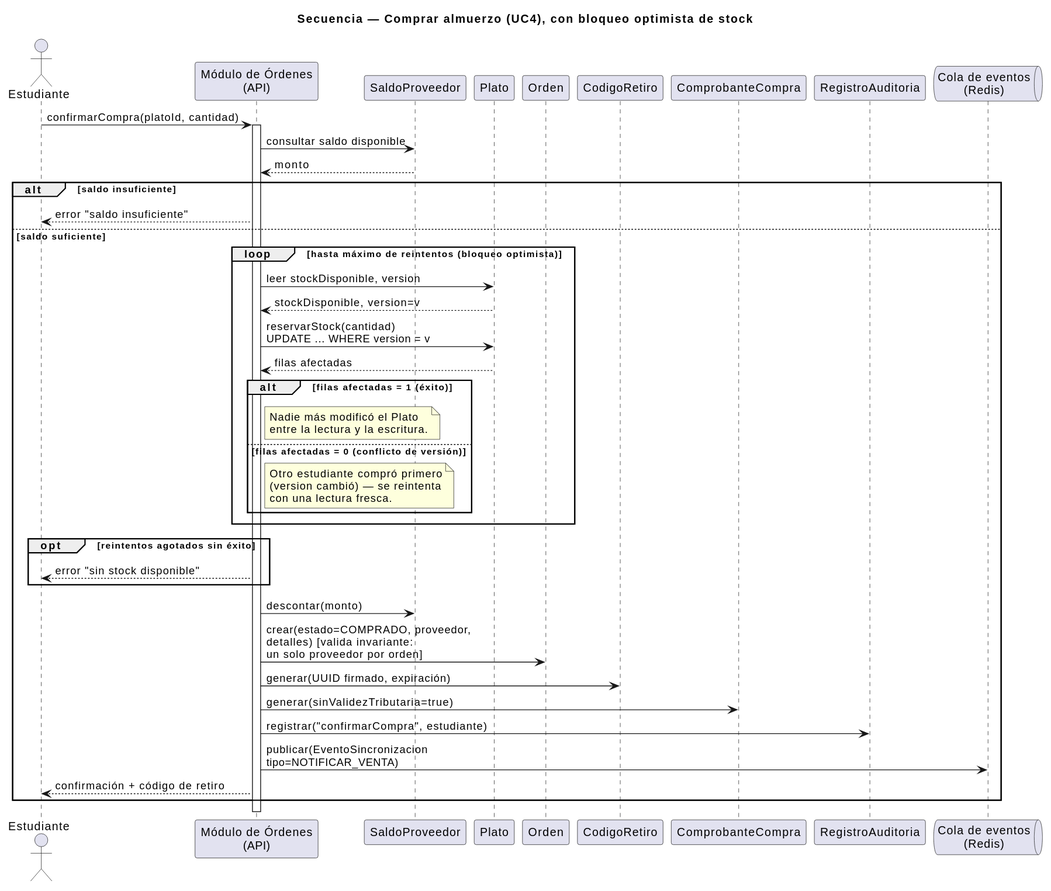
The PlantUML diagram uml/secuencia-compra-almuerzo.svg in Jesus-JB/aliflow, before a commit.
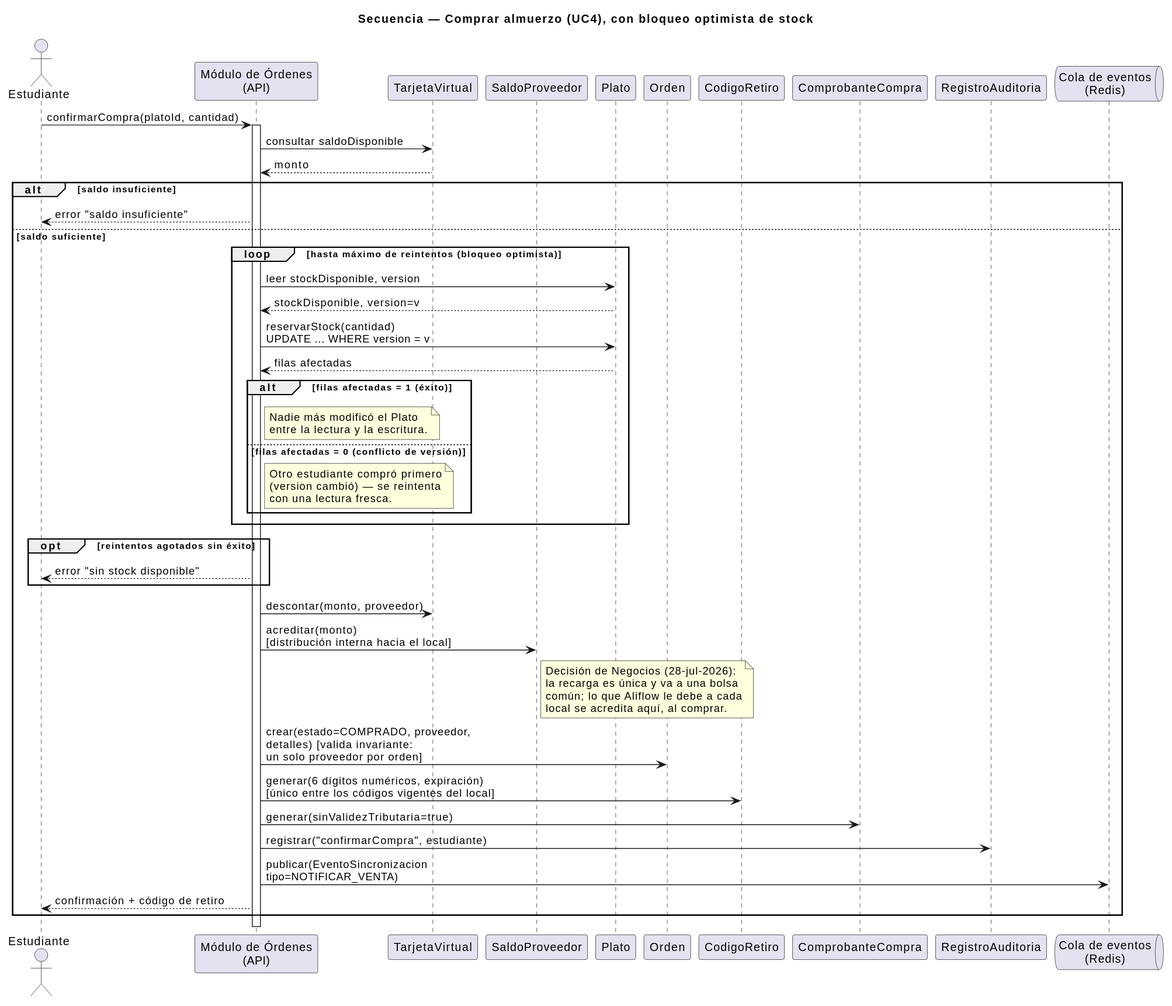
After the commit.

Change to the diagram source:
```diff
@@ -3,6 +3,7 @@
 
 actor Estudiante
 participant "Módulo de Órdenes\n(API)" as API
+participant "TarjetaVirtual" as Tarjeta
 participant "SaldoProveedor" as Saldo
 participant "Plato" as Plato
 participant "Orden" as Orden
@@ -14,8 +15,8 @@
 Estudiante -> API : confirmarCompra(platoId, cantidad)
 activate API
 
-API -> Saldo : consultar saldo disponible
-Saldo --> API : monto
+API -> Tarjeta : consultar saldoDisponible
+Tarjeta --> API : monto
 
 alt saldo insuficiente
   API --> Estudiante : error "saldo insuficiente"
@@ -43,9 +44,16 @@
     API --> Estudiante : error "sin stock disponible"
   end
 
-  API -> Saldo : descontar(monto)
+  API -> Tarjeta : descontar(monto, proveedor)
+  API -> Saldo : acreditar(monto)\n[distribución interna hacia el local]
+  note right of Saldo
+    Decisión de Negocios (28-jul-2026):
+    la recarga es única y va a una bolsa
+    común; lo que Aliflow le debe a cada
+    local se acredita aquí, al comprar.
+  end note
   API -> Orden : crear(estado=COMPRADO, proveedor,\ndetalles) [valida invariante:\nun solo proveedor por orden]
-  API -> Codigo : generar(UUID firmado, expiración)
+  API -> Codigo : generar(6 dígitos numéricos, expiración)\n[único entre los códigos vigentes del local]
   API -> Comp : generar(sinValidezTributaria=true)
   API -> Audit : registrar("confirmarCompra", estudiante)
   API -> Cola : publicar(EventoSincronizacion\ntipo=NOTIFICAR_VENTA)
```
